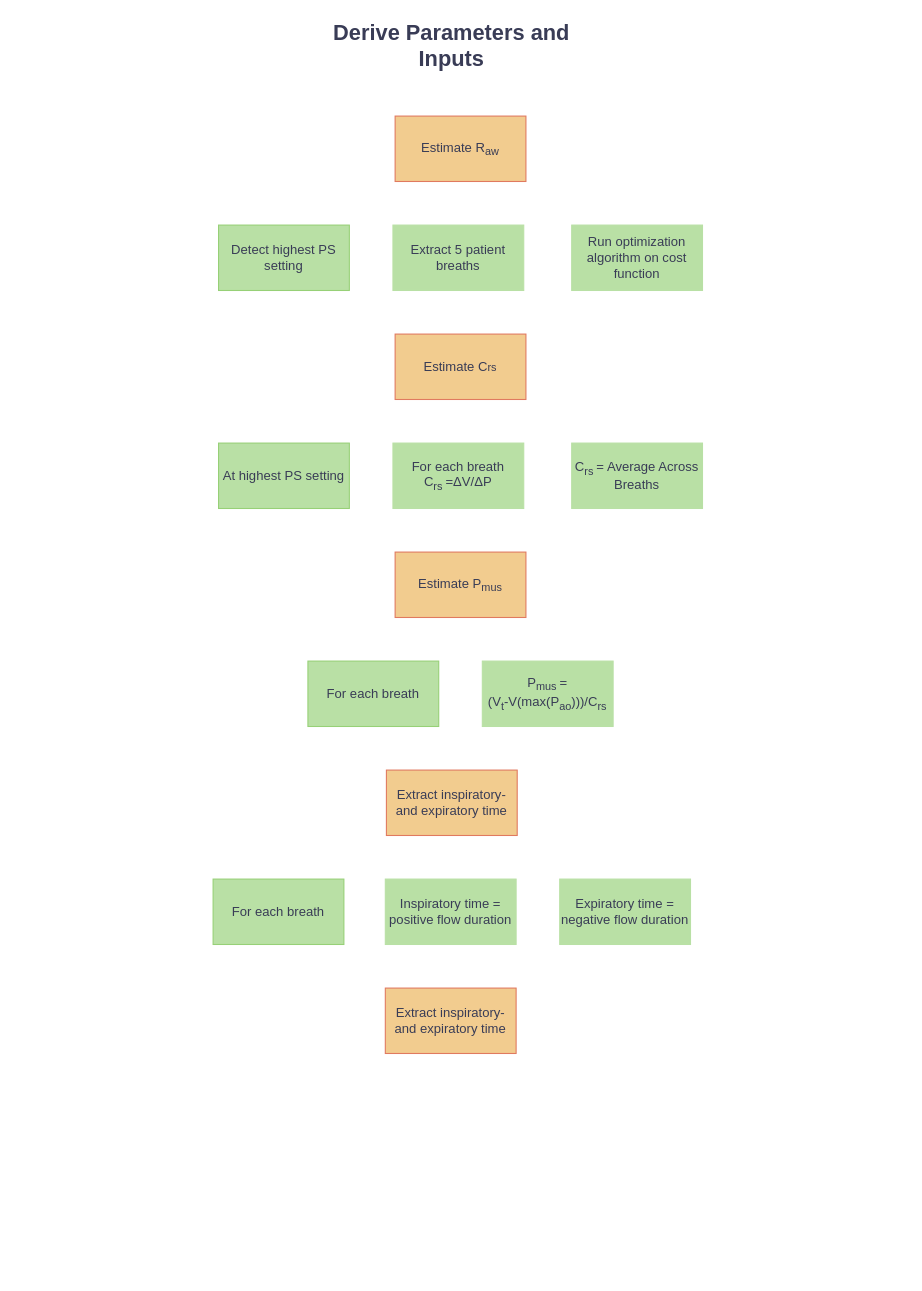
Earlier version of the draw.io diagram Figurer/Derive_Parameters.drawio (lleuch18/Speciale). Source tidied: cells renumbered, new cells numbered last; positions are measured from the earlier drawing's top-left corner, leaving out a move shared by most shapes. Both pictures are drawn from the tidied source at 109%, with x=0, y=0 at pixel (213, 28).
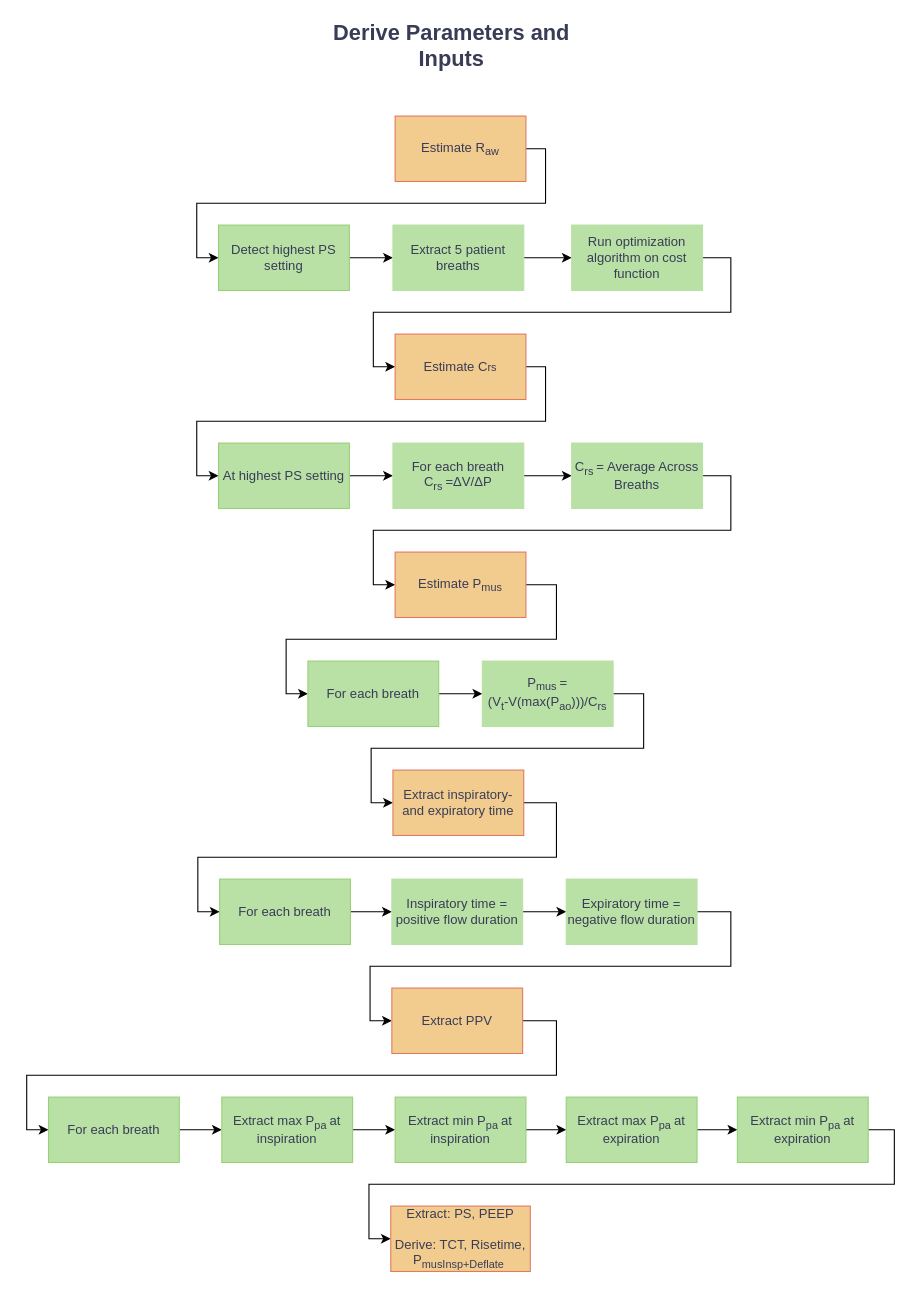
After the change.

Unchanged cells that the change refers to:
```xml
<mxCell id="3" value="Estimate R&lt;sub&gt;aw&lt;/sub&gt;" style="rounded=0;whiteSpace=wrap;html=1;labelBackgroundColor=none;fillColor=#F2CC8F;strokeColor=#E07A5F;fontColor=#393C56;" parent="1" vertex="1">
  <mxGeometry x="167" y="80" width="120" height="60" as="geometry" />
</mxCell>
<mxCell id="4" value="Detect highest PS setting" style="rounded=0;whiteSpace=wrap;html=1;strokeColor=#97D077;fontColor=#393C56;fillColor=#B9E0A5;" parent="1" vertex="1">
  <mxGeometry x="5" y="180" width="120" height="60" as="geometry" />
</mxCell>
<mxCell id="5" value="Extract 5 patient breaths" style="rounded=0;whiteSpace=wrap;html=1;strokeColor=#B9E0A5;fontColor=#393C56;fillColor=#B9E0A5;" parent="1" vertex="1">
  <mxGeometry x="165" y="180" width="120" height="60" as="geometry" />
</mxCell>
<mxCell id="6" value="Run optimization algorithm on cost function" style="rounded=0;whiteSpace=wrap;html=1;strokeColor=#B9E0A5;fontColor=#393C56;fillColor=#B9E0A5;" parent="1" vertex="1">
  <mxGeometry x="329" y="180" width="120" height="60" as="geometry" />
</mxCell>
<mxCell id="7" value="Estimate C&lt;span style=&quot;font-size: 10px;&quot;&gt;rs&lt;/span&gt;" style="rounded=0;whiteSpace=wrap;html=1;labelBackgroundColor=none;fillColor=#F2CC8F;strokeColor=#E07A5F;fontColor=#393C56;" parent="1" vertex="1">
  <mxGeometry x="167" y="280" width="120" height="60" as="geometry" />
</mxCell>
<mxCell id="8" value="At highest PS setting" style="rounded=0;whiteSpace=wrap;html=1;strokeColor=#97D077;fontColor=#393C56;fillColor=#B9E0A5;" parent="1" vertex="1">
  <mxGeometry x="5" y="380" width="120" height="60" as="geometry" />
</mxCell>
<mxCell id="9" value="For each breath&lt;br&gt;C&lt;sub style=&quot;border-color: var(--border-color);&quot;&gt;rs&amp;nbsp;&lt;/sub&gt;=ΔV/ΔP" style="rounded=0;whiteSpace=wrap;html=1;strokeColor=#B9E0A5;fontColor=#393C56;fillColor=#B9E0A5;" parent="1" vertex="1">
  <mxGeometry x="165" y="380" width="120" height="60" as="geometry" />
</mxCell>
<mxCell id="10" value="C&lt;sub&gt;rs &lt;/sub&gt;= Average Across Breaths" style="rounded=0;whiteSpace=wrap;html=1;strokeColor=#B9E0A5;fontColor=#393C56;fillColor=#B9E0A5;" parent="1" vertex="1">
  <mxGeometry x="329" y="380" width="120" height="60" as="geometry" />
</mxCell>
<mxCell id="11" value="Estimate P&lt;sub&gt;mus&lt;/sub&gt;" style="rounded=0;whiteSpace=wrap;html=1;labelBackgroundColor=none;fillColor=#F2CC8F;strokeColor=#E07A5F;fontColor=#393C56;" parent="1" vertex="1">
  <mxGeometry x="167" y="480" width="120" height="60" as="geometry" />
</mxCell>
<mxCell id="12" value="For each breath" style="rounded=0;whiteSpace=wrap;html=1;strokeColor=#97D077;fontColor=#393C56;fillColor=#B9E0A5;" parent="1" vertex="1">
  <mxGeometry x="87" y="580" width="120" height="60" as="geometry" />
</mxCell>
<mxCell id="13" value="P&lt;sub&gt;mus &lt;/sub&gt;= &lt;br&gt;(V&lt;sub&gt;t&lt;/sub&gt;-V(max(P&lt;sub&gt;ao&lt;/sub&gt;)))/C&lt;sub&gt;rs&lt;/sub&gt;" style="rounded=0;whiteSpace=wrap;html=1;strokeColor=#B9E0A5;fontColor=#393C56;fillColor=#B9E0A5;" parent="1" vertex="1">
  <mxGeometry x="247" y="580" width="120" height="60" as="geometry" />
</mxCell>
```

Diff of the diagram source:
```diff
@@
+    <mxCell id="19" style="edgeStyle=orthogonalEdgeStyle;rounded=0;jettySize=auto;html=1;entryX=0;entryY=0.5;entryDx=0;entryDy=0;" parent="1" edge="1" source="3" target="4">
+      <mxGeometry relative="1" as="geometry">
+        <Array as="points">
+          <mxPoint x="305" y="110" />
+          <mxPoint x="305" y="160" />
+          <mxPoint x="-15" y="160" />
+          <mxPoint x="-15" y="210" />
+        </Array>
+      </mxGeometry>
+    </mxCell>
@@
+    <mxCell id="20" style="edgeStyle=orthogonalEdgeStyle;rounded=0;jettySize=auto;html=1;" parent="1" edge="1" source="4" target="5">
+      <mxGeometry relative="1" as="geometry" />
+    </mxCell>
@@
+    <mxCell id="21" style="edgeStyle=orthogonalEdgeStyle;rounded=0;jettySize=auto;html=1;" parent="1" edge="1" source="5" target="6">
+      <mxGeometry relative="1" as="geometry" />
+    </mxCell>
@@
+    <mxCell id="22" style="edgeStyle=orthogonalEdgeStyle;rounded=0;jettySize=auto;html=1;entryX=0;entryY=0.5;entryDx=0;entryDy=0;" parent="1" edge="1" source="6" target="7">
+      <mxGeometry relative="1" as="geometry">
+        <Array as="points">
+          <mxPoint x="475" y="210" />
+          <mxPoint x="475" y="260" />
+          <mxPoint x="147" y="260" />
+          <mxPoint x="147" y="310" />
+        </Array>
+      </mxGeometry>
+    </mxCell>
@@
+    <mxCell id="23" style="edgeStyle=orthogonalEdgeStyle;rounded=0;jettySize=auto;html=1;entryX=0;entryY=0.5;entryDx=0;entryDy=0;" parent="1" edge="1" source="7" target="8">
+      <mxGeometry relative="1" as="geometry">
+        <Array as="points">
+          <mxPoint x="305" y="310" />
+          <mxPoint x="305" y="360" />
+          <mxPoint x="-15" y="360" />
+          <mxPoint x="-15" y="410" />
+        </Array>
+      </mxGeometry>
+    </mxCell>
@@
+    <mxCell id="24" style="edgeStyle=orthogonalEdgeStyle;rounded=0;jettySize=auto;html=1;" parent="1" edge="1" source="8" target="9">
+      <mxGeometry relative="1" as="geometry" />
+    </mxCell>
@@
+    <mxCell id="25" style="edgeStyle=orthogonalEdgeStyle;rounded=0;jettySize=auto;html=1;entryX=0;entryY=0.5;entryDx=0;entryDy=0;" parent="1" edge="1" source="9" target="10">
+      <mxGeometry relative="1" as="geometry" />
+    </mxCell>
@@
+    <mxCell id="26" style="edgeStyle=orthogonalEdgeStyle;rounded=0;jettySize=auto;html=1;entryX=0;entryY=0.5;entryDx=0;entryDy=0;" parent="1" edge="1" source="10" target="11">
+      <mxGeometry relative="1" as="geometry">
+        <Array as="points">
+          <mxPoint x="475" y="410" />
+          <mxPoint x="475" y="460" />
+          <mxPoint x="147" y="460" />
+          <mxPoint x="147" y="510" />
+        </Array>
+      </mxGeometry>
+    </mxCell>
@@
+    <mxCell id="27" style="edgeStyle=orthogonalEdgeStyle;rounded=0;jettySize=auto;html=1;entryX=0;entryY=0.5;entryDx=0;entryDy=0;" parent="1" edge="1" source="11" target="12">
+      <mxGeometry relative="1" as="geometry">
+        <Array as="points">
+          <mxPoint x="315" y="510" />
+          <mxPoint x="315" y="560" />
+          <mxPoint x="67" y="560" />
+          <mxPoint x="67" y="610" />
+        </Array>
+      </mxGeometry>
+    </mxCell>
@@
+    <mxCell id="28" style="edgeStyle=orthogonalEdgeStyle;rounded=0;jettySize=auto;html=1;" parent="1" edge="1" source="12" target="13">
+      <mxGeometry relative="1" as="geometry" />
+    </mxCell>
@@
+    <mxCell id="29" style="edgeStyle=orthogonalEdgeStyle;rounded=0;jettySize=auto;html=1;entryX=0;entryY=0.5;entryDx=0;entryDy=0;" parent="1" edge="1" source="13" target="14">
+      <mxGeometry relative="1" as="geometry">
+        <Array as="points">
+          <mxPoint x="395" y="610" />
+          <mxPoint x="395" y="660" />
+          <mxPoint x="145" y="660" />
+          <mxPoint x="145" y="710" />
+        </Array>
+      </mxGeometry>
+    </mxCell>
@@
+    <mxCell id="30" style="edgeStyle=orthogonalEdgeStyle;rounded=0;jettySize=auto;html=1;entryX=0;entryY=0.5;entryDx=0;entryDy=0;" parent="1" edge="1" source="14" target="15">
+      <mxGeometry relative="1" as="geometry">
+        <Array as="points">
+          <mxPoint x="315" y="710" />
+          <mxPoint x="315" y="760" />
+          <mxPoint x="-14" y="760" />
+          <mxPoint x="-14" y="810" />
+        </Array>
+      </mxGeometry>
+    </mxCell>
     <mxCell id="14" value="Extract inspiratory- and expiratory time" style="rounded=0;whiteSpace=wrap;html=1;labelBackgroundColor=none;fillColor=#F2CC8F;strokeColor=#E07A5F;fontColor=#393C56;" parent="1" vertex="1">
-      <mxGeometry x="159" y="680" width="120" height="60" as="geometry" />
+      <mxGeometry x="165" y="680" width="120" height="60" as="geometry" />
     </mxCell>
+    <mxCell id="31" style="edgeStyle=orthogonalEdgeStyle;rounded=0;jettySize=auto;html=1;entryX=0;entryY=0.5;entryDx=0;entryDy=0;" parent="1" edge="1" source="15" target="16">
+      <mxGeometry relative="1" as="geometry" />
+    </mxCell>
     <mxCell id="15" value="For each breath" style="rounded=0;whiteSpace=wrap;html=1;strokeColor=#97D077;fontColor=#393C56;fillColor=#B9E0A5;" parent="1" vertex="1">
-      <mxGeometry y="780" width="120" height="60" as="geometry" />
+      <mxGeometry x="6" y="780" width="120" height="60" as="geometry" />
     </mxCell>
+    <mxCell id="32" style="edgeStyle=orthogonalEdgeStyle;rounded=0;jettySize=auto;html=1;" parent="1" edge="1" source="16" target="17">
+      <mxGeometry relative="1" as="geometry" />
+    </mxCell>
     <mxCell id="16" value="Inspiratory time = positive flow duration" style="rounded=0;whiteSpace=wrap;html=1;strokeColor=#B9E0A5;fontColor=#393C56;fillColor=#B9E0A5;" parent="1" vertex="1">
-      <mxGeometry x="158" y="780" width="120" height="60" as="geometry" />
+      <mxGeometry x="164" y="780" width="120" height="60" as="geometry" />
     </mxCell>
+    <mxCell id="33" style="edgeStyle=orthogonalEdgeStyle;rounded=0;jettySize=auto;html=1;entryX=0;entryY=0.5;entryDx=0;entryDy=0;" parent="1" edge="1" source="17" target="18">
+      <mxGeometry relative="1" as="geometry">
+        <Array as="points">
+          <mxPoint x="475" y="810" />
+          <mxPoint x="475" y="860" />
+          <mxPoint x="144" y="860" />
+          <mxPoint x="144" y="910" />
+        </Array>
+      </mxGeometry>
+    </mxCell>
     <mxCell id="17" value="Expiratory time = negative flow duration" style="rounded=0;whiteSpace=wrap;html=1;strokeColor=#B9E0A5;fontColor=#393C56;fillColor=#B9E0A5;" parent="1" vertex="1">
-      <mxGeometry x="318" y="780" width="120" height="60" as="geometry" />
+      <mxGeometry x="324" y="780" width="120" height="60" as="geometry" />
     </mxCell>
+    <mxCell id="34" style="edgeStyle=orthogonalEdgeStyle;rounded=0;jettySize=auto;html=1;entryX=0;entryY=0.5;entryDx=0;entryDy=0;" parent="1" edge="1" source="18" target="36">
+      <mxGeometry relative="1" as="geometry">
+        <Array as="points">
+          <mxPoint x="315" y="910" />
+          <mxPoint x="315" y="960" />
+          <mxPoint x="-171" y="960" />
+          <mxPoint x="-171" y="1010" />
+        </Array>
+      </mxGeometry>
+    </mxCell>
-    <mxCell id="18" value="Extract inspiratory- and expiratory time" style="rounded=0;whiteSpace=wrap;html=1;labelBackgroundColor=none;fillColor=#F2CC8F;strokeColor=#E07A5F;fontColor=#393C56;" parent="1" vertex="1">
-      <mxGeometry x="158" y="880" width="120" height="60" as="geometry" />
+    <mxCell id="18" value="Extract PPV" style="rounded=0;whiteSpace=wrap;html=1;labelBackgroundColor=none;fillColor=#F2CC8F;strokeColor=#E07A5F;fontColor=#393C56;" parent="1" vertex="1">
+      <mxGeometry x="164" y="880" width="120" height="60" as="geometry" />
     </mxCell>
+    <mxCell id="35" style="edgeStyle=orthogonalEdgeStyle;rounded=0;jettySize=auto;html=1;" parent="1" edge="1" source="36" target="38">
+      <mxGeometry relative="1" as="geometry" />
+    </mxCell>
+    <mxCell id="36" value="For each breath" style="rounded=0;whiteSpace=wrap;html=1;strokeColor=#97D077;fontColor=#393C56;fillColor=#B9E0A5;" parent="1" vertex="1">
+      <mxGeometry x="-151" y="980" width="120" height="60" as="geometry" />
+    </mxCell>
+    <mxCell id="37" style="edgeStyle=orthogonalEdgeStyle;rounded=0;jettySize=auto;html=1;" parent="1" edge="1" source="38" target="40">
+      <mxGeometry relative="1" as="geometry" />
+    </mxCell>
+    <mxCell id="38" value="Extract max P&lt;sub&gt;pa &lt;/sub&gt;at inspiration" style="rounded=0;whiteSpace=wrap;html=1;strokeColor=#97D077;fontColor=#393C56;fillColor=#B9E0A5;" parent="1" vertex="1">
+      <mxGeometry x="8" y="980" width="120" height="60" as="geometry" />
+    </mxCell>
+    <mxCell id="39" style="edgeStyle=orthogonalEdgeStyle;rounded=0;jettySize=auto;html=1;" parent="1" edge="1" source="40" target="42">
+      <mxGeometry relative="1" as="geometry" />
+    </mxCell>
+    <mxCell id="40" value="Extract min P&lt;sub style=&quot;border-color: var(--border-color);&quot;&gt;pa&amp;nbsp;&lt;/sub&gt;at inspiration" style="rounded=0;whiteSpace=wrap;html=1;strokeColor=#97D077;fontColor=#393C56;fillColor=#B9E0A5;" parent="1" vertex="1">
+      <mxGeometry x="167" y="980" width="120" height="60" as="geometry" />
+    </mxCell>
+    <mxCell id="41" style="edgeStyle=orthogonalEdgeStyle;rounded=0;jettySize=auto;html=1;entryX=0;entryY=0.5;entryDx=0;entryDy=0;" parent="1" edge="1" source="42" target="44">
+      <mxGeometry relative="1" as="geometry" />
+    </mxCell>
+    <mxCell id="42" value="Extract max P&lt;sub style=&quot;border-color: var(--border-color);&quot;&gt;pa&amp;nbsp;&lt;/sub&gt;at expiration" style="rounded=0;whiteSpace=wrap;html=1;strokeColor=#97D077;fontColor=#393C56;fillColor=#B9E0A5;" parent="1" vertex="1">
+      <mxGeometry x="324" y="980" width="120" height="60" as="geometry" />
+    </mxCell>
+    <mxCell id="43" style="edgeStyle=orthogonalEdgeStyle;rounded=0;jettySize=auto;html=1;entryX=0;entryY=0.5;entryDx=0;entryDy=0;" parent="1" edge="1" source="44" target="45">
+      <mxGeometry relative="1" as="geometry">
+        <Array as="points">
+          <mxPoint x="625" y="1010" />
+          <mxPoint x="625" y="1060" />
+          <mxPoint x="143" y="1060" />
+          <mxPoint x="143" y="1110" />
+        </Array>
+      </mxGeometry>
+    </mxCell>
+    <mxCell id="44" value="Extract min P&lt;sub style=&quot;border-color: var(--border-color);&quot;&gt;pa&amp;nbsp;&lt;/sub&gt;at expiration" style="rounded=0;whiteSpace=wrap;html=1;strokeColor=#97D077;fontColor=#393C56;fillColor=#B9E0A5;" parent="1" vertex="1">
+      <mxGeometry x="481" y="980" width="120" height="60" as="geometry" />
+    </mxCell>
+    <mxCell id="45" value="Extract: PS, PEEP&lt;br&gt;&lt;br&gt;Derive: TCT, Risetime, P&lt;sub&gt;musInsp+Deflate&amp;nbsp;&lt;/sub&gt;" style="rounded=0;whiteSpace=wrap;html=1;labelBackgroundColor=none;fillColor=#F2CC8F;strokeColor=#E07A5F;fontColor=#393C56;" parent="1" vertex="1">
+      <mxGeometry x="163" y="1080" width="128" height="60" as="geometry" />
+    </mxCell>
```
